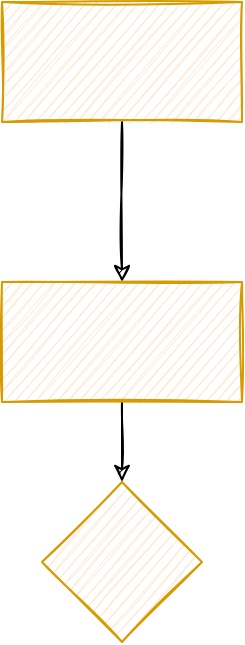
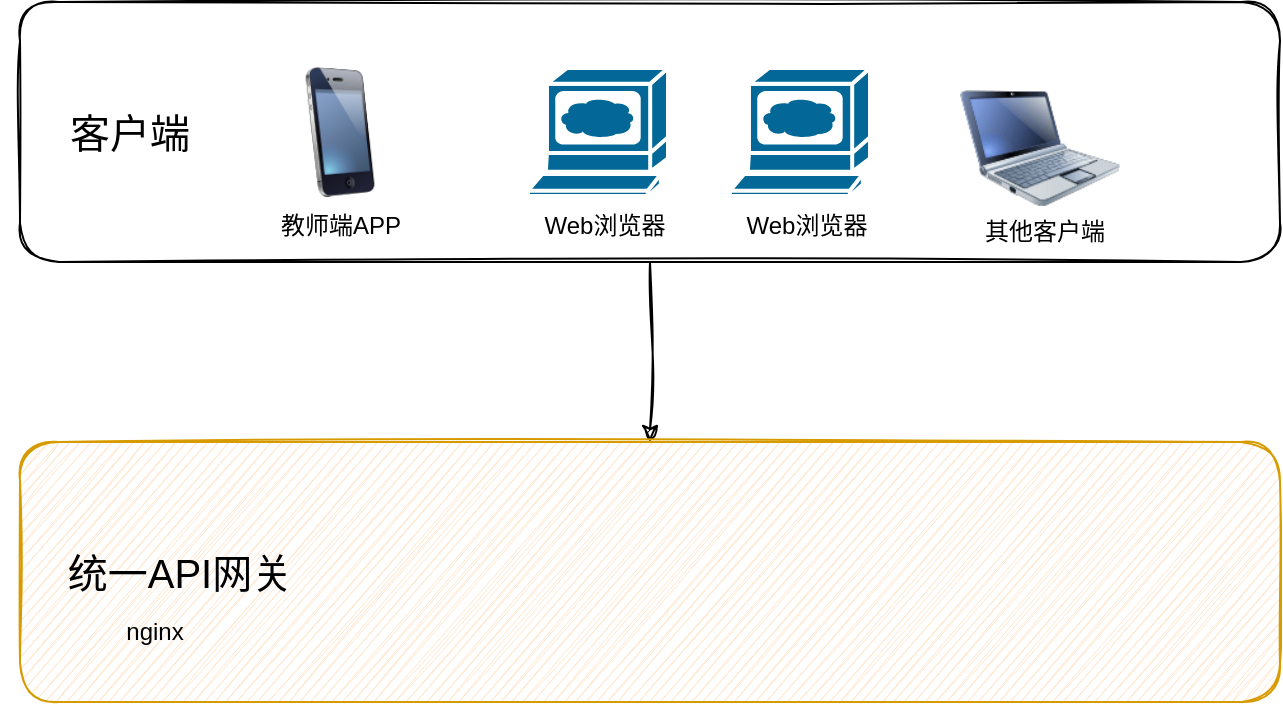
- <mxfile host="app.diagrams.net" modified="2022-04-28T05:48:40.777Z" agent="5.0 (Windows NT 10.0; Win64; x64) AppleWebKit/537.36 (KHTML, like Gecko) Chrome/99.0.4844.51 Safari/537.36" etag="dFGmGBdXI8xWOO1d5Enc" version="17.2.4" type="github">
+ <mxfile host="app.diagrams.net" agent="5.0 (Windows NT 10.0; Win64; x64) AppleWebKit/537.36 (KHTML, like Gecko) Chrome/99.0.4844.51 Safari/537.36">
  <diagram id="piDafpqhtRUU5qUU-vj8" name="Page-1">
-     <mxGraphModel dx="1185" dy="635" grid="1" gridSize="10" guides="1" tooltips="1" connect="1" arrows="1" fold="1" page="1" pageScale="1" pageWidth="827" pageHeight="1169" background="none" math="0" shadow="0">
+     <mxGraphModel dx="1174" dy="630" grid="1" gridSize="10" guides="1" tooltips="1" connect="1" arrows="1" fold="1" page="1" pageScale="1" pageWidth="827" pageHeight="1169" background="none" math="0" shadow="0">
      <root>
        <mxCell id="0" />
        <mxCell id="1" parent="0" />
-         <mxCell id="6XQ8icbXRzcCpNc_v9XT-6" value="" style="edgeStyle=orthogonalEdgeStyle;shape=connector;rounded=0;sketch=1;jumpSize=6;orthogonalLoop=1;jettySize=auto;html=1;shadow=0;labelBackgroundColor=default;fontFamily=Helvetica;fontSize=11;fontColor=default;endArrow=classic;strokeColor=default;strokeWidth=1;" edge="1" parent="1" source="5cpTgLDWtTwDe1421ZuN-3" target="6XQ8icbXRzcCpNc_v9XT-5">
+         <mxCell id="-MD85wsI__NYyljHFUac-12" edge="1" parent="1" source="5cpTgLDWtTwDe1421ZuN-3" style="edgeStyle=orthogonalEdgeStyle;rounded=0;orthogonalLoop=1;jettySize=auto;html=1;shadow=0;sketch=1;curveFitting=1;jiggle=2;" target="-MD85wsI__NYyljHFUac-11">
          <mxGeometry relative="1" as="geometry" />
        </mxCell>
-         <mxCell id="5cpTgLDWtTwDe1421ZuN-3" value="" style="rounded=0;whiteSpace=wrap;html=1;shadow=0;glass=0;sketch=1;fillColor=#ffe6cc;strokeColor=#d79b00;" parent="1" vertex="1">
-           <mxGeometry x="310" y="80" width="120" height="60" as="geometry" />
+         <mxCell id="5cpTgLDWtTwDe1421ZuN-3" parent="1" style="rounded=1;whiteSpace=wrap;html=1;shadow=0;glass=0;sketch=1;" value="" vertex="1">
+           <mxGeometry height="130" width="630" x="90" y="30" as="geometry" />
        </mxCell>
-         <mxCell id="6XQ8icbXRzcCpNc_v9XT-8" value="" style="edgeStyle=orthogonalEdgeStyle;shape=connector;rounded=0;sketch=1;jumpSize=6;orthogonalLoop=1;jettySize=auto;html=1;shadow=0;labelBackgroundColor=default;fontFamily=Helvetica;fontSize=11;fontColor=default;endArrow=classic;strokeColor=default;strokeWidth=1;" edge="1" parent="1" source="6XQ8icbXRzcCpNc_v9XT-5" target="6XQ8icbXRzcCpNc_v9XT-7">
-           <mxGeometry relative="1" as="geometry" />
+         <mxCell id="-MD85wsI__NYyljHFUac-2" parent="1" style="text;html=1;whiteSpace=wrap;strokeColor=none;fillColor=none;align=center;verticalAlign=middle;rounded=0;" value="&lt;font style=&quot;font-size: 20px;&quot;&gt;客户端&lt;/font&gt;" vertex="1">
+           <mxGeometry height="30" width="70" x="110" y="80" as="geometry" />
        </mxCell>
-         <mxCell id="6XQ8icbXRzcCpNc_v9XT-5" value="" style="whiteSpace=wrap;html=1;fillColor=#ffe6cc;strokeColor=#d79b00;rounded=0;shadow=0;glass=0;sketch=1;" vertex="1" parent="1">
-           <mxGeometry x="310" y="220" width="120" height="60" as="geometry" />
+         <mxCell id="-MD85wsI__NYyljHFUac-3" parent="1" style="sketch=0;html=1;pointerEvents=1;dashed=0;fillColor=#036897;strokeColor=#ffffff;strokeWidth=2;verticalLabelPosition=bottom;verticalAlign=top;align=center;outlineConnect=0;shape=mxgraph.cisco.computers_and_peripherals.web_browser;" value="" vertex="1">
+           <mxGeometry height="64" width="70" x="344" y="63" as="geometry" />
        </mxCell>
-         <mxCell id="6XQ8icbXRzcCpNc_v9XT-7" value="" style="rhombus;whiteSpace=wrap;html=1;fillColor=#ffe6cc;strokeColor=#d79b00;rounded=0;shadow=0;glass=0;sketch=1;" vertex="1" parent="1">
-           <mxGeometry x="330" y="320" width="80" height="80" as="geometry" />
+         <mxCell id="-MD85wsI__NYyljHFUac-4" parent="1" style="text;html=1;whiteSpace=wrap;strokeColor=none;fillColor=none;align=center;verticalAlign=middle;rounded=0;" value="Web浏览器" vertex="1">
+           <mxGeometry height="30" width="75" x="345" y="127" as="geometry" />
+         </mxCell>
+         <mxCell id="-MD85wsI__NYyljHFUac-5" parent="1" style="sketch=0;html=1;pointerEvents=1;dashed=0;fillColor=#036897;strokeColor=#ffffff;strokeWidth=2;verticalLabelPosition=bottom;verticalAlign=top;align=center;outlineConnect=0;shape=mxgraph.cisco.computers_and_peripherals.web_browser;" value="" vertex="1">
+           <mxGeometry height="64" width="70" x="445" y="63" as="geometry" />
+         </mxCell>
+         <mxCell id="-MD85wsI__NYyljHFUac-6" parent="1" style="text;html=1;whiteSpace=wrap;strokeColor=none;fillColor=none;align=center;verticalAlign=middle;rounded=0;" value="Web浏览器" vertex="1">
+           <mxGeometry height="30" width="75" x="446" y="127" as="geometry" />
+         </mxCell>
+         <mxCell id="-MD85wsI__NYyljHFUac-7" parent="1" style="image;html=1;image=img/lib/clip_art/computers/Netbook_128x128.png" value="" vertex="1">
+           <mxGeometry height="80" width="80" x="560" y="63" as="geometry" />
+         </mxCell>
+         <mxCell id="-MD85wsI__NYyljHFUac-8" parent="1" style="image;html=1;image=img/lib/clip_art/telecommunication/iPhone_128x128.png" value="" vertex="1">
+           <mxGeometry height="65" width="80" x="210" y="62.5" as="geometry" />
+         </mxCell>
+         <mxCell id="-MD85wsI__NYyljHFUac-9" parent="1" style="text;html=1;whiteSpace=wrap;strokeColor=none;fillColor=none;align=center;verticalAlign=middle;rounded=0;" value="教师端APP" vertex="1">
+           <mxGeometry height="30" width="75" x="212.5" y="127" as="geometry" />
+         </mxCell>
+         <mxCell id="-MD85wsI__NYyljHFUac-10" parent="1" style="text;html=1;whiteSpace=wrap;strokeColor=none;fillColor=none;align=center;verticalAlign=middle;rounded=0;" value="其他客户端" vertex="1">
+           <mxGeometry height="30" width="75" x="565" y="130" as="geometry" />
+         </mxCell>
+         <mxCell id="-MD85wsI__NYyljHFUac-11" parent="1" style="rounded=1;whiteSpace=wrap;html=1;shadow=0;glass=0;sketch=1;fillColor=#ffe6cc;strokeColor=#d79b00;" value="" vertex="1">
+           <mxGeometry height="130" width="630" x="90" y="250" as="geometry" />
+         </mxCell>
+         <mxCell id="-MD85wsI__NYyljHFUac-13" parent="1" style="text;html=1;whiteSpace=wrap;strokeColor=none;fillColor=none;align=center;verticalAlign=middle;rounded=0;" value="&lt;span style=&quot;font-size: 20px;&quot;&gt;统一API网关&lt;/span&gt;" vertex="1">
+           <mxGeometry height="30" width="180" x="80" y="300" as="geometry" />
+         </mxCell>
+         <mxCell id="-MD85wsI__NYyljHFUac-14" parent="1" style="text;html=1;whiteSpace=wrap;strokeColor=none;fillColor=none;align=center;verticalAlign=middle;rounded=0;" value="nginx" vertex="1">
+           <mxGeometry height="30" width="75" x="120" y="330" as="geometry" />
        </mxCell>
      </root>
    </mxGraphModel>
  </diagram>
</mxfile>
